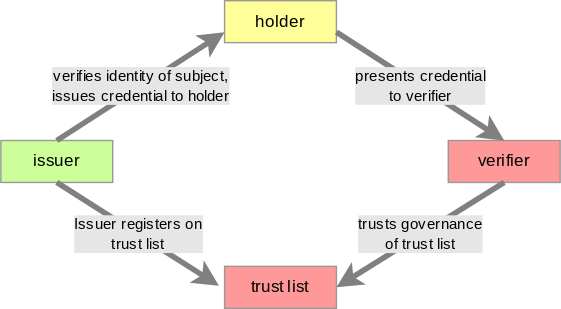
Above: docs/modules/ROOT/images/trust-model/basic-trust-diamond.drawio.svg in creator-assertions/identity-assertion (draw.io), before the change. Source tidied: cells renumbered, new cells last; positions are measured from the earlier drawing's top-left corner, leaving out a move shared by most shapes.
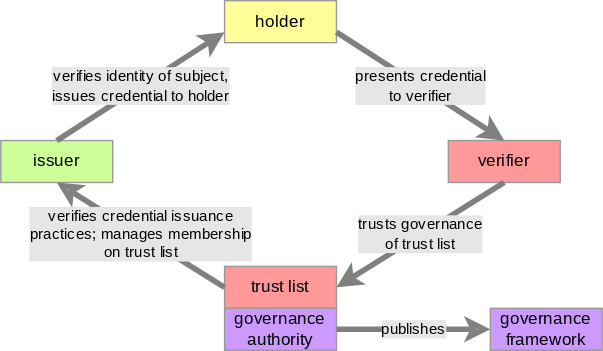
Later version of the same file.

Commit message:
Updated wording suggested by Scott Perry

Change to the diagram source:
```diff
@@ -23,8 +23,17 @@
     <mxCell id="8" value="trust list" style="shape=ext;double=0;rounded=0;whiteSpace=wrap;html=1;fillColor=#FF9999;fontColor=#000000;strokeColor=#999999;fontFamily=Roboto;fontSource=https%3A%2F%2Ffonts.googleapis.com%2Fcss%3Ffamily%3DRoboto;" parent="1" vertex="1">
       <mxGeometry x="160" y="190" width="80" height="30" as="geometry" />
     </mxCell>
-    <mxCell id="9" value="Issuer registers on&lt;div&gt;trust list&lt;/div&gt;" style="endArrow=none;html=1;fontColor=#000000;entryX=0.5;entryY=1;entryDx=0;entryDy=0;exitX=-0.05;exitY=0.462;exitDx=0;exitDy=0;strokeColor=#808080;strokeWidth=4;labelBackgroundColor=#E6E6E6;spacingTop=4;spacing=6;spacingLeft=4;spacingBottom=4;spacingRight=4;fontFamily=Roboto;fontSource=https%3A%2F%2Ffonts.googleapis.com%2Fcss%3Ffamily%3DRoboto;labelBorderColor=none;comic=0;fixDash=0;startArrow=classic;startFill=1;endFill=0;exitPerimeter=0;" parent="1" edge="1" source="8" target="2">
+    <mxCell id="9" value="verifies credential issuance&lt;br&gt;practices; manages membership&lt;br&gt;on trust list" style="endArrow=classic;html=1;fontColor=#000000;entryX=0.5;entryY=1;entryDx=0;entryDy=0;exitX=0;exitY=0.5;exitDx=0;exitDy=0;strokeColor=#808080;strokeWidth=4;labelBackgroundColor=#E6E6E6;spacingTop=4;spacing=6;spacingLeft=4;spacingBottom=4;spacingRight=4;fontFamily=Roboto;fontSource=https%3A%2F%2Ffonts.googleapis.com%2Fcss%3Ffamily%3DRoboto;labelBorderColor=none;comic=0;fixDash=0;startArrow=none;startFill=0;endFill=0;" parent="1" edge="1" source="8" target="2">
       <mxGeometry relative="1" as="geometry" />
     </mxCell>
+    <mxCell id="10" value="governance&lt;br&gt;authority" style="shape=ext;double=0;rounded=0;whiteSpace=wrap;html=1;fillColor=#CC99FF;fontColor=#000000;strokeColor=#999999;fontFamily=Roboto;fontSource=https%3A%2F%2Ffonts.googleapis.com%2Fcss%3Ffamily%3DRoboto;" parent="1" vertex="1">
+      <mxGeometry x="160" y="220" width="80" height="30" as="geometry" />
+    </mxCell>
+    <mxCell id="11" value="publishes" style="endArrow=none;html=1;fontColor=#000000;entryX=1;entryY=0.5;entryDx=0;entryDy=0;strokeColor=#808080;strokeWidth=4;labelBackgroundColor=#E6E6E6;spacingTop=4;spacing=6;spacingLeft=4;spacingBottom=4;spacingRight=4;fontFamily=Roboto;fontSource=https%3A%2F%2Ffonts.googleapis.com%2Fcss%3Ffamily%3DRoboto;labelBorderColor=none;comic=0;fixDash=0;startArrow=classic;startFill=0;endFill=0;" parent="1" edge="1" source="12" target="10">
+      <mxGeometry relative="1" as="geometry" />
+    </mxCell>
+    <mxCell id="12" value="governance&lt;br&gt;framework" style="shape=ext;double=0;rounded=0;whiteSpace=wrap;html=1;fillColor=#CC99FF;fontColor=#000000;strokeColor=#999999;fontFamily=Roboto;fontSource=https%3A%2F%2Ffonts.googleapis.com%2Fcss%3Ffamily%3DRoboto;" parent="1" vertex="1">
+      <mxGeometry x="350" y="220" width="80" height="30" as="geometry" />
+    </mxCell>
   </root>
 </mxGraphModel>
```
